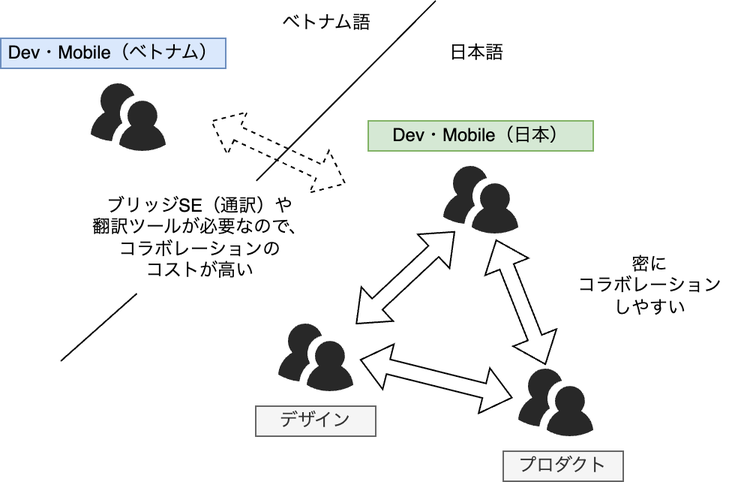
This is images/continuous-delivery-by-multinational-team/language-barrier.png from shotaIDE/zenn, a draw.io export, as it was before one commit. Source tidied: cells renumbered, new cells last; positions are measured from the earlier drawing's top-left corner, leaving out a move shared by most shapes.
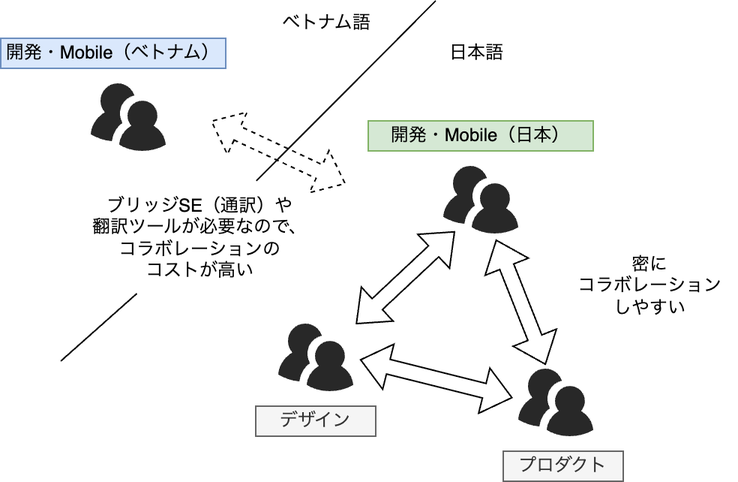
After the change.

Diff of the diagram source:
```diff
@@ -2,10 +2,10 @@
   <root>
     <mxCell id="0" />
     <mxCell id="1" parent="0" />
-    <mxCell id="2" value="Dev・Mobile（日本）" style="rounded=0;whiteSpace=wrap;html=1;fillColor=#d5e8d4;strokeColor=#82b366;" parent="1" vertex="1">
+    <mxCell id="2" value="開発・Mobile（日本）" style="rounded=0;whiteSpace=wrap;html=1;fillColor=#d5e8d4;strokeColor=#82b366;" parent="1" vertex="1">
       <mxGeometry x="245" y="80" width="150" height="20" as="geometry" />
     </mxCell>
-    <mxCell id="3" value="Dev・Mobile（ベトナム）" style="rounded=0;whiteSpace=wrap;html=1;fillColor=#dae8fc;strokeColor=#6c8ebf;" parent="1" vertex="1">
+    <mxCell id="3" value="開発・Mobile（ベトナム）" style="rounded=0;whiteSpace=wrap;html=1;fillColor=#dae8fc;strokeColor=#6c8ebf;" parent="1" vertex="1">
       <mxGeometry y="25" width="150" height="20" as="geometry" />
     </mxCell>
     <mxCell id="4" style="verticalLabelPosition=bottom;sketch=0;html=1;fillColor=#282828;strokeColor=none;verticalAlign=top;align=center;shape=mxgraph.cisco_safe.people_places_things_icons.icon9;" parent="1" vertex="1">
```
